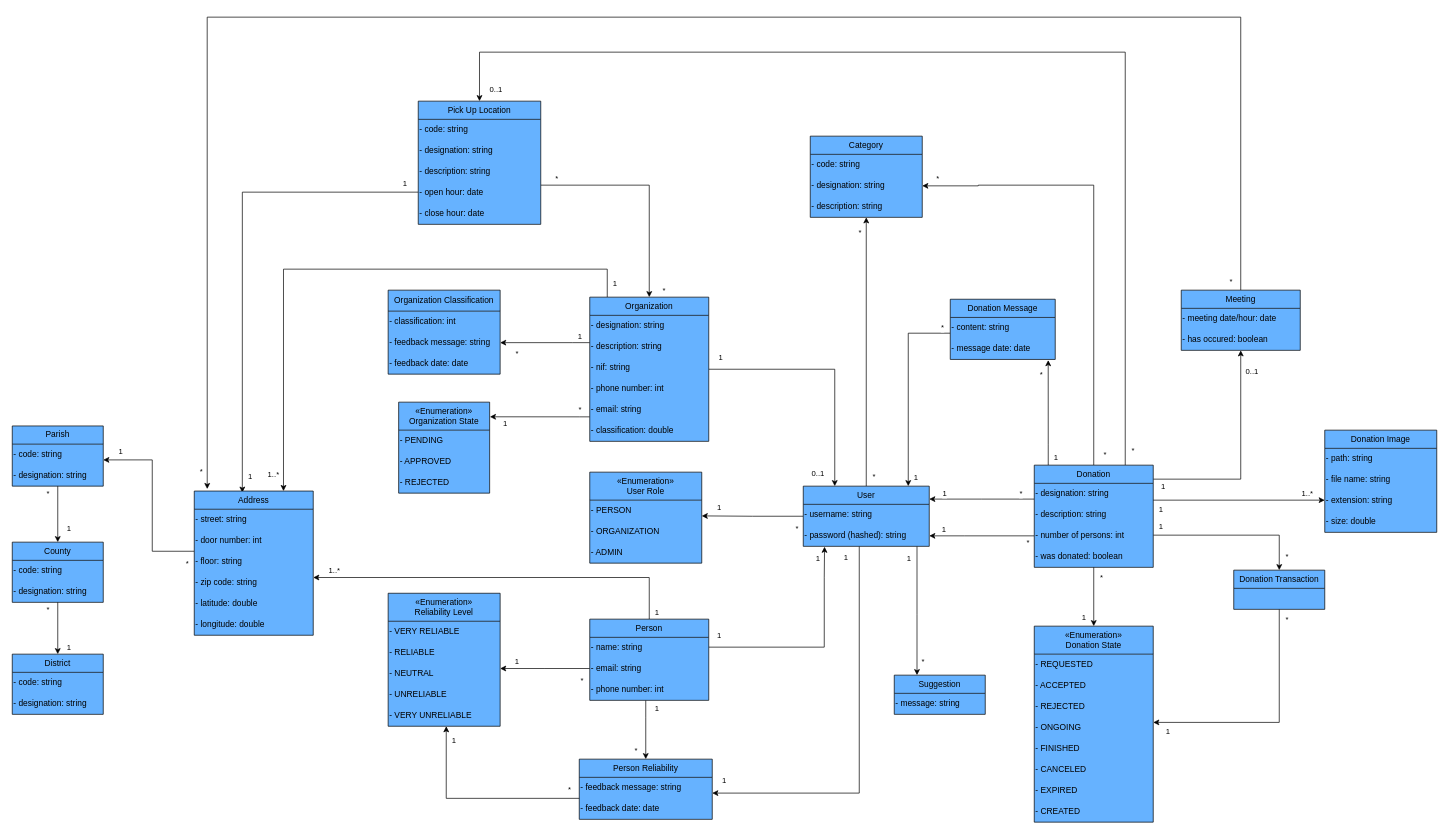
This is domain_model.drawio from Symbolism00/ReDoar, a draw.io file, before an edit. Source tidied: cells renumbered, new cells numbered last; positions are measured from the earlier drawing's top-left corner, leaving out a move shared by most shapes. Both pictures are drawn from the tidied source at 70%, with x=0, y=0 at pixel (12, 17).
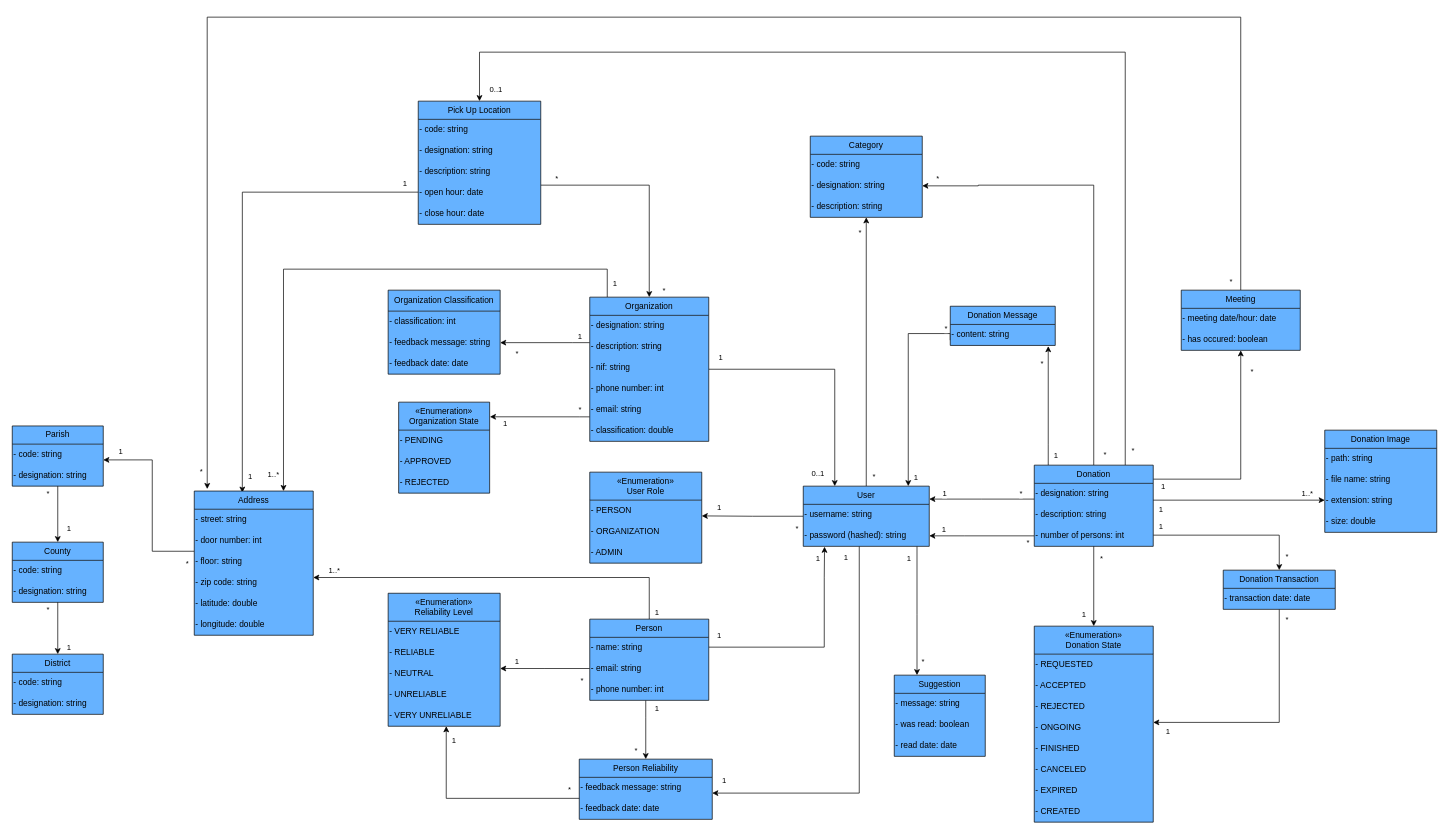
Above is the later version.

Unchanged cells that the change refers to:
```xml
<mxCell id="32" style="edgeStyle=orthogonalEdgeStyle;rounded=0;jettySize=auto;html=1;" parent="1" edge="1" source="41" target="55">
  <mxGeometry relative="1" as="geometry">
    <Array as="points">
      <mxPoint x="1755" y="660" />
    </Array>
  </mxGeometry>
</mxCell>
<mxCell id="44" value="- number of persons: int" style="text;html=1;strokeColor=none;fillColor=none;align=left;verticalAlign=middle;whiteSpace=wrap;rounded=0;" parent="41" vertex="1">
  <mxGeometry y="86" width="170" height="30" as="geometry" />
</mxCell>
<mxCell id="71" value="«Enumeration»&lt;br&gt;Donation State" style="swimlane;fontStyle=0;horizontal=1;startSize=40;fillColor=#66B2FF;whiteSpace=wrap;html=1;strokeColor=#000000;gradientColor=none;swimlaneFillColor=#66B2FF;" parent="1" vertex="1">
  <mxGeometry x="1460" y="870" width="170" height="280" as="geometry" />
</mxCell>
```

Change to the diagram source:
```diff
@@
-    <mxCell id="29" style="edgeStyle=orthogonalEdgeStyle;rounded=0;jettySize=auto;html=1;entryX=0.933;entryY=1.033;entryDx=0;entryDy=0;entryPerimeter=0;" parent="1" edge="1" source="41" target="92">
+    <mxCell id="29" style="edgeStyle=orthogonalEdgeStyle;rounded=0;jettySize=auto;html=1;" parent="1" edge="1" source="41">
       <mxGeometry relative="1" as="geometry">
+        <mxPoint x="1480" y="470" as="targetPoint" />
         <Array as="points">
           <mxPoint x="1480" y="610" />
           <mxPoint x="1480" y="610" />
         </Array>
       </mxGeometry>
     </mxCell>
@@
-    <mxCell id="34" value="0..1" style="edgeLabel;html=1;align=center;verticalAlign=middle;" parent="32" vertex="1">
+    <mxCell id="34" value="*" style="edgeLabel;html=1;align=center;verticalAlign=middle;" parent="32" vertex="1">
       <mxGeometry x="0.77" y="-4" relative="1" as="geometry">
         <mxPoint x="11" y="-7" as="offset" />
       </mxGeometry>
     </mxCell>
@@
     <mxCell id="41" value="Donation" style="swimlane;fontStyle=0;horizontal=1;startSize=26;fillColor=#66B2FF;whiteSpace=wrap;html=1;strokeColor=#000000;gradientColor=none;swimlaneFillColor=#66B2FF;" parent="1" vertex="1">
-      <mxGeometry x="1460" y="640" width="170" height="146" as="geometry" />
+      <mxGeometry x="1460" y="640" width="170" height="116" as="geometry" />
     </mxCell>
@@
-    <mxCell id="45" value="- was donated: boolean" style="text;html=1;strokeColor=none;fillColor=none;align=left;verticalAlign=middle;whiteSpace=wrap;rounded=0;" parent="41" vertex="1">
-      <mxGeometry y="116" width="170" height="30" as="geometry" />
-    </mxCell>
@@
     <mxCell id="90" value="Donation Message" style="swimlane;fontStyle=0;horizontal=1;startSize=26;fillColor=#66B2FF;whiteSpace=wrap;html=1;strokeColor=#000000;gradientColor=none;swimlaneFillColor=#66B2FF;" parent="1" vertex="1">
-      <mxGeometry x="1340" y="403" width="150" height="86" as="geometry" />
+      <mxGeometry x="1340" y="413" width="150" height="56" as="geometry" />
     </mxCell>
@@
-    <mxCell id="92" value="- message date: date" style="text;html=1;strokeColor=none;fillColor=none;align=left;verticalAlign=middle;whiteSpace=wrap;rounded=0;" parent="90" vertex="1">
-      <mxGeometry y="56" width="150" height="30" as="geometry" />
-    </mxCell>
@@
     <mxCell id="109" value="Suggestion" style="swimlane;fontStyle=0;horizontal=1;startSize=26;fillColor=#66B2FF;whiteSpace=wrap;html=1;strokeColor=#000000;gradientColor=none;swimlaneFillColor=#66B2FF;" parent="1" vertex="1">
-      <mxGeometry x="1260" y="940" width="130" height="56" as="geometry" />
+      <mxGeometry x="1260" y="940" width="130" height="116" as="geometry" />
     </mxCell>
@@
+    <mxCell id="181" value="- was read: boolean" style="text;html=1;strokeColor=none;fillColor=none;align=left;verticalAlign=middle;whiteSpace=wrap;rounded=0;" parent="109" vertex="1">
+      <mxGeometry y="56" width="130" height="30" as="geometry" />
+    </mxCell>
+    <mxCell id="182" value="- read date: date" style="text;html=1;strokeColor=none;fillColor=none;align=left;verticalAlign=middle;whiteSpace=wrap;rounded=0;" parent="109" vertex="1">
+      <mxGeometry y="86" width="130" height="30" as="geometry" />
+    </mxCell>
@@
     <mxCell id="126" value="Donation Transaction" style="swimlane;fontStyle=0;horizontal=1;startSize=26;fillColor=#66B2FF;whiteSpace=wrap;html=1;strokeColor=#000000;gradientColor=none;swimlaneFillColor=#66B2FF;" parent="1" vertex="1">
-      <mxGeometry x="1745" y="790" width="130" height="56" as="geometry" />
+      <mxGeometry x="1730" y="790" width="160" height="56" as="geometry" />
     </mxCell>
+    <mxCell id="183" value="- transaction date: date" style="text;html=1;strokeColor=none;fillColor=none;align=left;verticalAlign=middle;whiteSpace=wrap;rounded=0;" parent="126" vertex="1">
+      <mxGeometry y="26" width="160" height="30" as="geometry" />
+    </mxCell>
@@
-    <mxCell id="175" style="edgeStyle=orthogonalEdgeStyle;rounded=0;jettySize=auto;html=1;" parent="1" edge="1" source="45" target="71">
+    <mxCell id="175" style="edgeStyle=orthogonalEdgeStyle;rounded=0;jettySize=auto;html=1;exitX=0.5;exitY=1;exitDx=0;exitDy=0;" parent="1" edge="1" source="44" target="71">
       <mxGeometry relative="1" as="geometry" />
     </mxCell>
```
